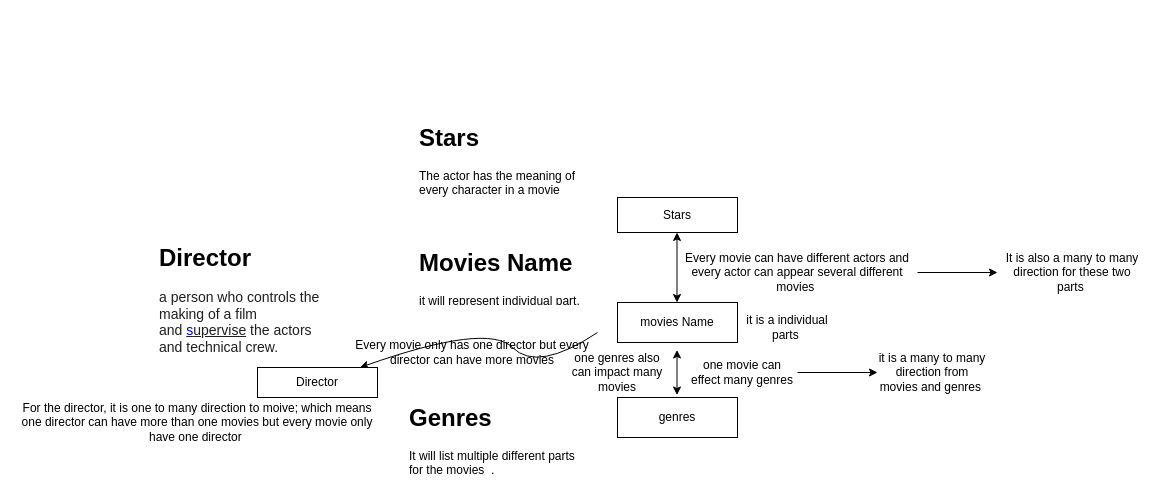
Before: Untitled Diagram.drawio in Zjt911/Zjt911, a draw.io diagram. Source tidied: cells renumbered, new cells numbered last; positions are measured from the earlier drawing's top-left corner, leaving out a move shared by most shapes. Both pictures are drawn from the tidied source at 100%, with x=0, y=0 at pixel (17, 117).
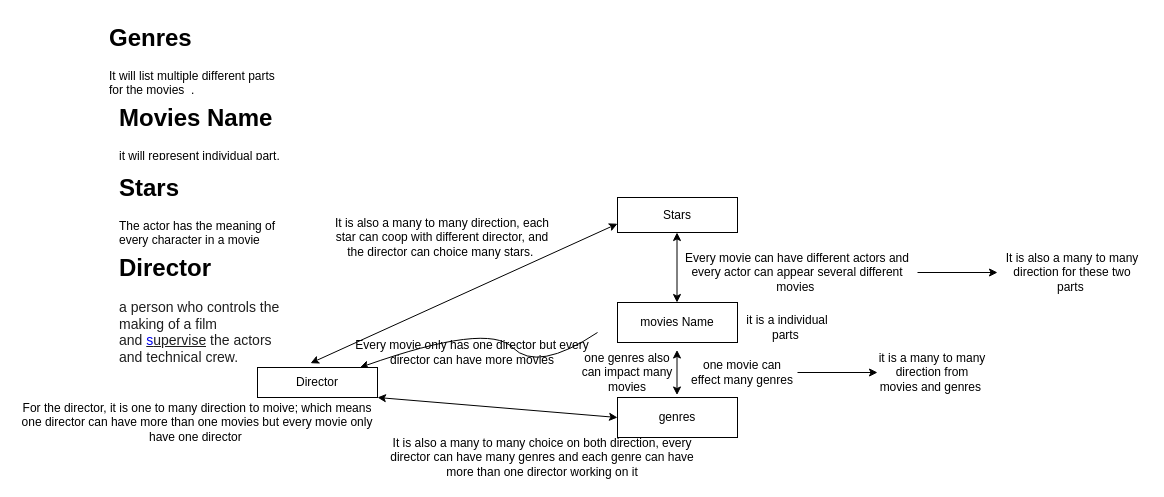
The same diagram, later.

Unchanged cells that the change refers to:
```xml
<mxCell id="6" value="genres" style="rounded=0;whiteSpace=wrap;html=1;" parent="1" vertex="1">
  <mxGeometry x="600" y="280" width="120" height="40" as="geometry" />
</mxCell>
<mxCell id="12" value="Stars" style="whiteSpace=wrap;html=1;rounded=0;" parent="1" vertex="1">
  <mxGeometry x="600" y="80" width="120" height="35" as="geometry" />
</mxCell>
<mxCell id="19" value="Director" style="rounded=0;whiteSpace=wrap;html=1;" parent="1" vertex="1">
  <mxGeometry x="240" y="250" width="120" height="30" as="geometry" />
</mxCell>
```

Change to the diagram source:
```diff
@@
-    <mxCell id="8" value="one genres also can impact many movies" style="text;html=1;align=center;verticalAlign=middle;whiteSpace=wrap;rounded=0;" parent="1" vertex="1">
-      <mxGeometry x="550" y="240" width="100" height="30" as="geometry" />
-    </mxCell>
     <mxCell id="9" value="&lt;h1 style=&quot;margin-top: 0px;&quot;&gt;Movies Name&lt;/h1&gt;&lt;p&gt;it will represent individual part.&lt;/p&gt;" style="text;html=1;whiteSpace=wrap;overflow=hidden;rounded=0;" parent="1" vertex="1">
-      <mxGeometry x="400" y="125" width="180" height="60" as="geometry" />
+      <mxGeometry x="100" y="-20" width="180" height="60" as="geometry" />
     </mxCell>
     <mxCell id="10" value="&lt;h1 style=&quot;margin-top: 0px;&quot;&gt;Genres&amp;nbsp;&lt;/h1&gt;&lt;p&gt;It will list multiple different parts for the movies&amp;nbsp; .&lt;/p&gt;" style="text;html=1;whiteSpace=wrap;overflow=hidden;rounded=0;" parent="1" vertex="1">
-      <mxGeometry x="390" y="280" width="180" height="80" as="geometry" />
+      <mxGeometry x="90" y="-100" width="180" height="80" as="geometry" />
     </mxCell>
@@
     <mxCell id="14" value="&lt;h1 style=&quot;margin-top: 0px;&quot;&gt;Stars&lt;/h1&gt;&lt;p&gt;The actor has the meaning of every character in a movie&amp;nbsp;&lt;/p&gt;" style="text;html=1;whiteSpace=wrap;overflow=hidden;rounded=0;" parent="1" vertex="1">
-      <mxGeometry x="400" width="180" height="90" as="geometry" />
+      <mxGeometry x="100" y="50" width="180" height="90" as="geometry" />
     </mxCell>
@@
     <mxCell id="20" value="&lt;h1 style=&quot;margin-top: 0px;&quot;&gt;Director&amp;nbsp;&lt;/h1&gt;&lt;p&gt;&lt;span style=&quot;color: rgb(31, 31, 31); font-family: Arial, sans-serif; font-size: 14px; background-color: rgb(255, 255, 255);&quot;&gt;a person who controls the making of a film and&amp;nbsp;&lt;/span&gt;&lt;span style=&quot;text-decoration-line: underline; color: rgb(31, 31, 31); font-family: Arial, sans-serif; font-size: 14px; background-color: rgb(255, 255, 255);&quot; class=&quot;AraNOb&quot;&gt;&lt;a style=&quot;text-decoration-line: none; -webkit-tap-highlight-color: rgba(0, 0, 0, 0.1); outline: 0px;&quot; tabindex=&quot;0&quot; href=&quot;https://www.google.com/search?sca_esv=c263faa809bdb49e&amp;amp;q=supervises&amp;amp;si=ACC90nz-2feRzoY4yuySkO-aQE81Bdu-kAJHBerNVGxaVavxmHUrM5RgS4-ewUaBLgkwtS0lTe9pnEhPxvUlROej--4n4Zqwz2behGTEW2byayF-sKO4A9E%3D&amp;amp;expnd=1&amp;amp;sa=X&amp;amp;sqi=2&amp;amp;ved=2ahUKEwj3tuXT4ciJAxWgIzQIHTu4IuQQyecJegQIMhAP&quot; class=&quot;rMNQNe&quot;&gt;s&lt;/a&gt;upervise&lt;/span&gt;&lt;span style=&quot;color: rgb(31, 31, 31); font-family: Arial, sans-serif; font-size: 14px; background-color: rgb(255, 255, 255);&quot;&gt;&amp;nbsp;the actors and technical crew.&lt;/span&gt;&lt;/p&gt;" style="text;html=1;whiteSpace=wrap;overflow=hidden;rounded=0;" parent="1" vertex="1">
-      <mxGeometry x="140" y="120" width="180" height="120" as="geometry" />
+      <mxGeometry x="100" y="130" width="180" height="120" as="geometry" />
     </mxCell>
@@
+    <mxCell id="23" style="endArrow=classic;startArrow=classic;html=1;rounded=0;entryX=0;entryY=0.75;entryDx=0;entryDy=0;exitX=0.442;exitY=-0.144;exitDx=0;exitDy=0;exitPerimeter=0;" parent="1" edge="1" source="19" target="12">
+      <mxGeometry relative="1" as="geometry" />
+    </mxCell>
+    <mxCell id="24" value="It is also a many to many direction, each star can coop with different director, and the director can choice many stars.&amp;nbsp;" style="text;html=1;align=center;verticalAlign=middle;whiteSpace=wrap;rounded=0;" parent="1" vertex="1">
+      <mxGeometry x="310" y="100" width="230" height="40" as="geometry" />
+    </mxCell>
+    <mxCell id="25" style="endArrow=classic;startArrow=classic;html=1;rounded=0;" parent="1" edge="1" target="8">
+      <mxGeometry relative="1" as="geometry">
+        <mxPoint x="560" y="260" as="sourcePoint" />
+      </mxGeometry>
+    </mxCell>
+    <mxCell id="8" value="one genres also can impact many movies" style="text;html=1;align=center;verticalAlign=middle;whiteSpace=wrap;rounded=0;" parent="1" vertex="1">
+      <mxGeometry x="560" y="240" width="100" height="30" as="geometry" />
+    </mxCell>
+    <mxCell id="26" style="endArrow=classic;startArrow=classic;html=1;rounded=0;exitX=1;exitY=1;exitDx=0;exitDy=0;entryX=0;entryY=0.5;entryDx=0;entryDy=0;" parent="1" edge="1" source="19" target="6">
+      <mxGeometry relative="1" as="geometry" />
+    </mxCell>
+    <mxCell id="27" value="It is also a many to many choice on both direction, every director can have many genres and each genre can have more than one director working on it" style="text;html=1;align=center;verticalAlign=middle;whiteSpace=wrap;rounded=0;" parent="1" vertex="1">
+      <mxGeometry x="360" y="320" width="330" height="40" as="geometry" />
+    </mxCell>
```
